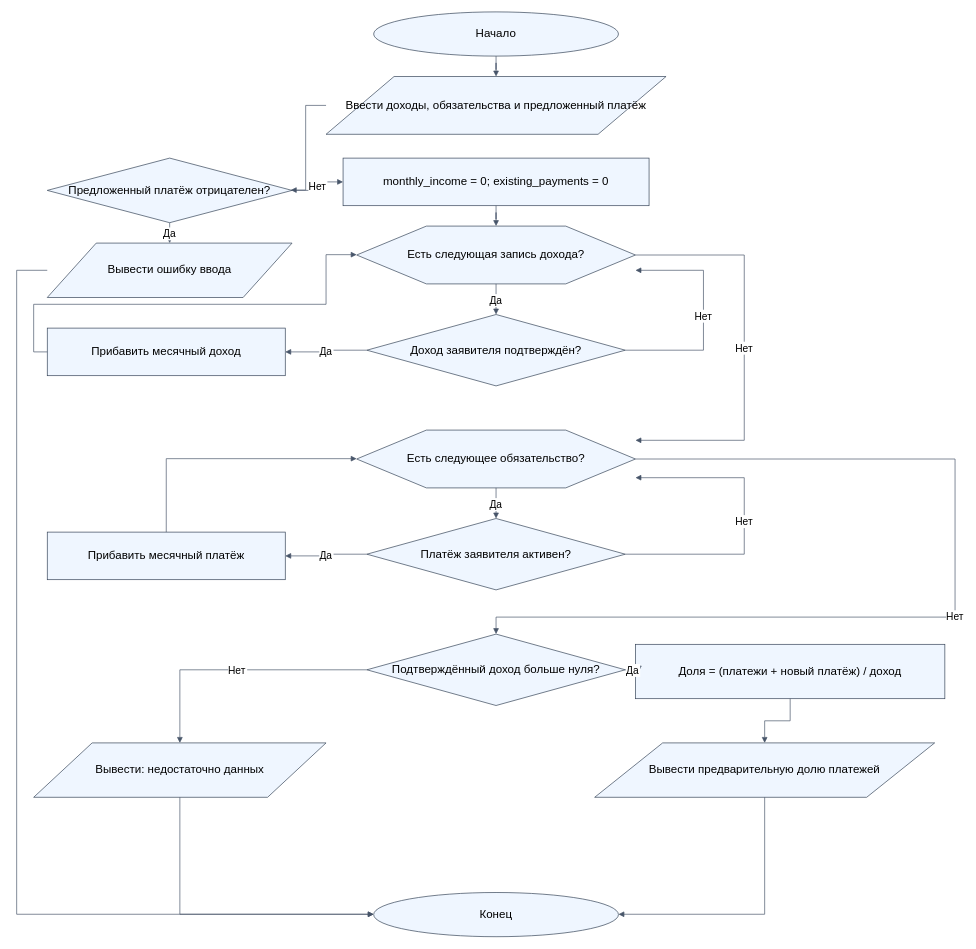
Earlier version of the draw.io diagram models/algo_2.drawio (Ipopuk/mfo-research). Source tidied: cells renumbered, new cells numbered last; positions are measured from the earlier drawing's top-left corner, leaving out a move shared by most shapes. Both pictures are drawn from the tidied source at 68%, with x=0, y=0 at pixel (16, 12).
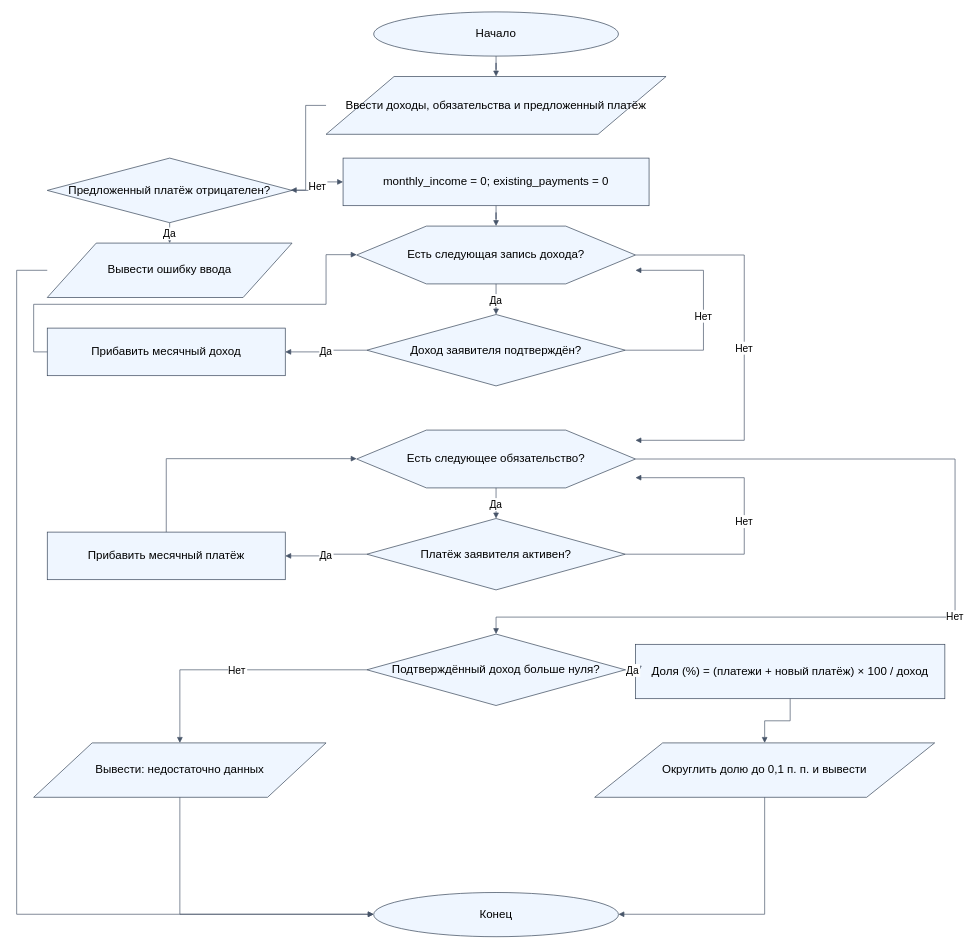
Above is the later version.

Commit message (it also covers changes not shown here):
docs(kt2): show exact payment share rounding in flowchart

Diff of the diagram source:
```diff
@@
-    <mxCell id="15" value="Доля = (платежи + новый платёж) / доход" style="rounded=0;whiteSpace=wrap;html=0;align=center;verticalAlign=middle;fontSize=17;strokeColor=#334155;fillColor=#eff6ff;" parent="1" vertex="1">
+    <mxCell id="15" value="Доля (%) = (платежи + новый платёж) × 100 / доход" style="rounded=0;whiteSpace=wrap;html=0;align=center;verticalAlign=middle;fontSize=17;strokeColor=#334155;fillColor=#eff6ff;" parent="1" vertex="1">
       <mxGeometry x="910" y="930" width="455" height="80" as="geometry" />
     </mxCell>
-    <mxCell id="16" value="Вывести предварительную долю платежей" style="shape=parallelogram;whiteSpace=wrap;html=0;align=center;verticalAlign=middle;fontSize=17;strokeColor=#334155;fillColor=#eff6ff;" parent="1" vertex="1">
+    <mxCell id="16" value="Округлить долю до 0,1 п. п. и вывести" style="shape=parallelogram;whiteSpace=wrap;html=0;align=center;verticalAlign=middle;fontSize=17;strokeColor=#334155;fillColor=#eff6ff;" parent="1" vertex="1">
       <mxGeometry x="850" y="1075" width="500" height="80" as="geometry" />
     </mxCell>
```
